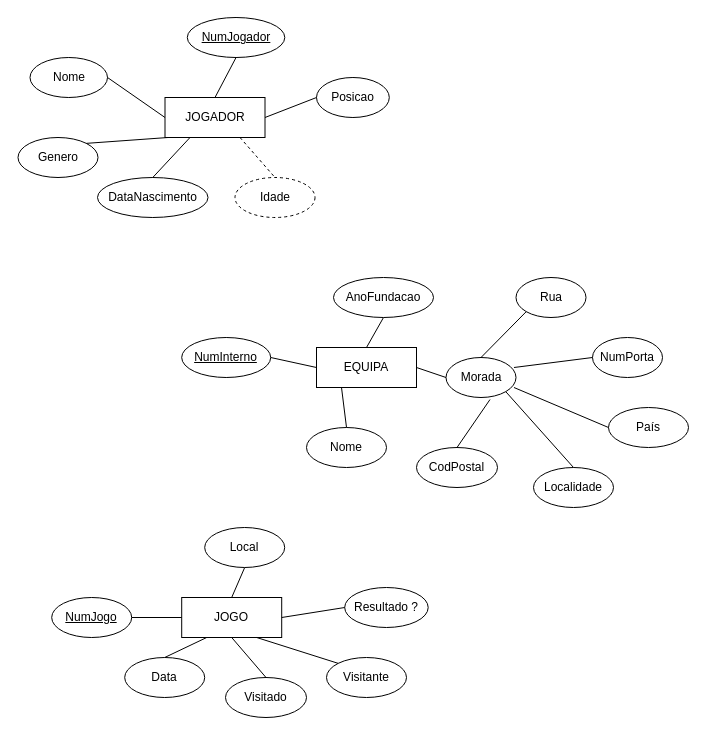
Earlier version of the draw.io diagram DiagramaFutebol.drawio (VascoMatos/diagramas). Source tidied: cells renumbered, new cells numbered last; positions are measured from the earlier drawing's top-left corner, leaving out a move shared by most shapes. Both pictures are drawn from the tidied source at 100%, with x=0, y=0 at pixel (17, 17).
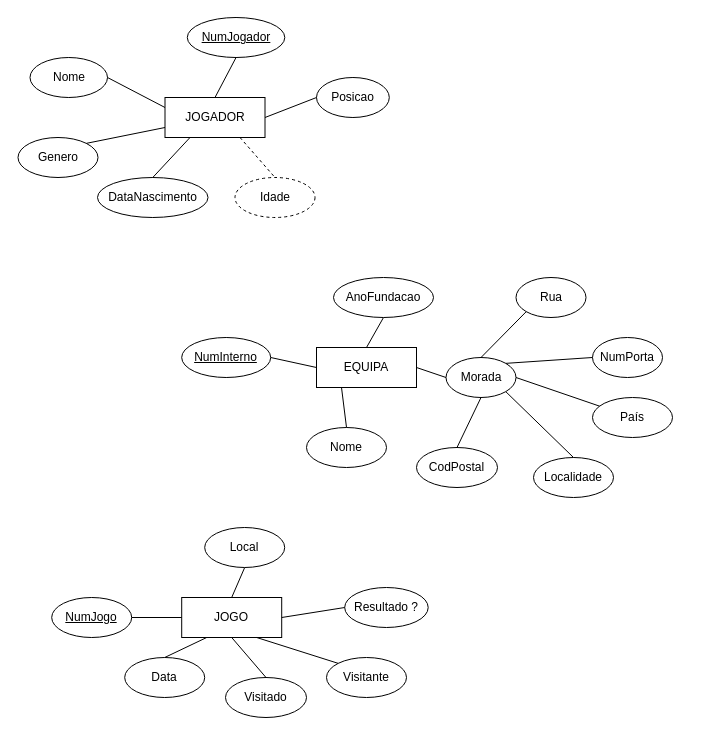
The same page after the edit.

Unchanged cells that the change refers to:
```xml
<mxCell id="7" value="Morada" style="ellipse;whiteSpace=wrap;html=1;align=center;" parent="1" vertex="1">
  <mxGeometry x="428.5" y="340" width="70" height="40" as="geometry" />
</mxCell>
<mxCell id="11" value="NumPorta" style="ellipse;whiteSpace=wrap;html=1;align=center;" parent="1" vertex="1">
  <mxGeometry x="575" y="320" width="70" height="40" as="geometry" />
</mxCell>
<mxCell id="14" value="CodPostal" style="ellipse;whiteSpace=wrap;html=1;align=center;" parent="1" vertex="1">
  <mxGeometry x="399" y="430" width="81" height="40" as="geometry" />
</mxCell>
<mxCell id="33" value="JOGADOR" style="whiteSpace=wrap;html=1;align=center;" parent="1" vertex="1">
  <mxGeometry x="147.5" y="80" width="100" height="40" as="geometry" />
</mxCell>
<mxCell id="35" value="Nome" style="ellipse;whiteSpace=wrap;html=1;align=center;" parent="1" vertex="1">
  <mxGeometry x="12.5" y="40" width="77.5" height="40" as="geometry" />
</mxCell>
<mxCell id="36" value="Genero" style="ellipse;whiteSpace=wrap;html=1;align=center;" parent="1" vertex="1">
  <mxGeometry x="0.5" y="120" width="80" height="40" as="geometry" />
</mxCell>
```

Change to the diagram source:
```diff
@@
     <mxCell id="12" value="País" style="ellipse;whiteSpace=wrap;html=1;align=center;" parent="1" vertex="1">
-      <mxGeometry x="591" y="390" width="80" height="40" as="geometry" />
+      <mxGeometry x="575" y="380" width="80" height="40" as="geometry" />
     </mxCell>
     <mxCell id="13" value="Localidade" style="ellipse;whiteSpace=wrap;html=1;align=center;" parent="1" vertex="1">
-      <mxGeometry x="516" y="450" width="80" height="40" as="geometry" />
+      <mxGeometry x="516" y="440" width="80" height="40" as="geometry" />
     </mxCell>
@@
-    <mxCell id="16" style="endArrow=none;html=1;rounded=0;exitX=0;exitY=0.5;exitDx=0;exitDy=0;entryX=0.971;entryY=0.25;entryDx=0;entryDy=0;entryPerimeter=0;" parent="1" edge="1" source="11" target="7">
+    <mxCell id="16" style="endArrow=none;html=1;rounded=0;exitX=0;exitY=0.5;exitDx=0;exitDy=0;entryX=1;entryY=0;entryDx=0;entryDy=0;" parent="1" edge="1" source="11" target="7">
       <mxGeometry relative="1" as="geometry" />
     </mxCell>
-    <mxCell id="17" style="endArrow=none;html=1;rounded=0;exitX=0;exitY=0.5;exitDx=0;exitDy=0;entryX=0.971;entryY=0.75;entryDx=0;entryDy=0;entryPerimeter=0;" parent="1" edge="1" source="12" target="7">
+    <mxCell id="17" style="endArrow=none;html=1;rounded=0;entryX=1;entryY=0.5;entryDx=0;entryDy=0;" parent="1" edge="1" source="12" target="7">
       <mxGeometry relative="1" as="geometry" />
     </mxCell>
@@
-    <mxCell id="19" style="endArrow=none;html=1;rounded=0;exitX=0.5;exitY=0;exitDx=0;exitDy=0;entryX=0.629;entryY=1.05;entryDx=0;entryDy=0;entryPerimeter=0;" parent="1" edge="1" source="14" target="7">
+    <mxCell id="19" style="endArrow=none;html=1;rounded=0;exitX=0.5;exitY=0;exitDx=0;exitDy=0;entryX=0.5;entryY=1;entryDx=0;entryDy=0;" parent="1" edge="1" source="14" target="7">
       <mxGeometry relative="1" as="geometry" />
     </mxCell>
@@
-    <mxCell id="39" style="endArrow=none;html=1;rounded=0;entryX=1;entryY=0.5;entryDx=0;entryDy=0;exitX=0;exitY=0.5;exitDx=0;exitDy=0;" parent="1" edge="1" source="33" target="35">
+    <mxCell id="39" style="endArrow=none;html=1;rounded=0;entryX=1;entryY=0.5;entryDx=0;entryDy=0;exitX=0;exitY=0.25;exitDx=0;exitDy=0;" parent="1" edge="1" source="33" target="35">
       <mxGeometry relative="1" as="geometry" />
     </mxCell>
-    <mxCell id="40" style="endArrow=none;html=1;rounded=0;entryX=1;entryY=0;entryDx=0;entryDy=0;" parent="1" edge="1" target="36">
-      <mxGeometry relative="1" as="geometry">
-        <mxPoint x="150.5" y="120" as="sourcePoint" />
-      </mxGeometry>
+    <mxCell id="40" style="endArrow=none;html=1;rounded=0;entryX=1;entryY=0;entryDx=0;entryDy=0;exitX=0;exitY=0.75;exitDx=0;exitDy=0;" parent="1" edge="1" source="33" target="36">
+      <mxGeometry relative="1" as="geometry" />
     </mxCell>
@@
+    <mxCell id="48" style="edgeStyle=orthogonalEdgeStyle;rounded=0;orthogonalLoop=1;jettySize=auto;html=1;exitX=0.5;exitY=1;exitDx=0;exitDy=0;" parent="1" edge="1" source="13" target="13">
+      <mxGeometry relative="1" as="geometry" />
+    </mxCell>
```
